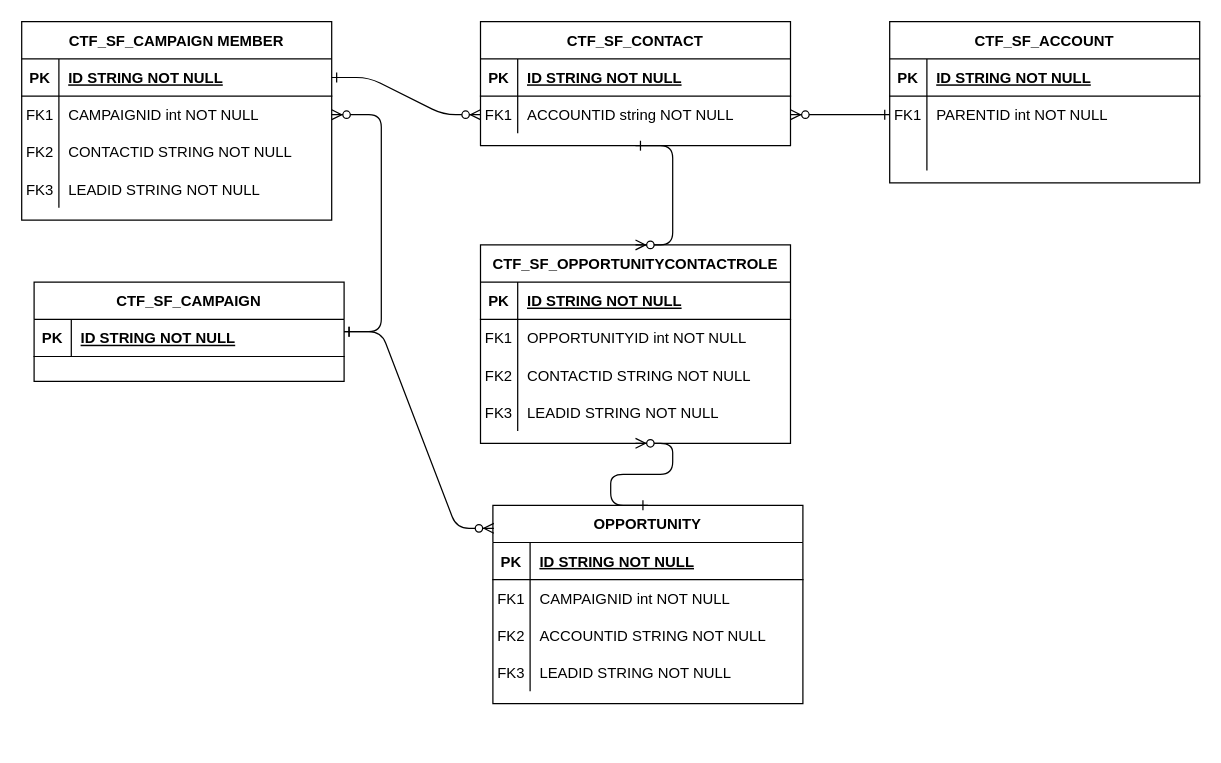
This is docs/CTF ERD.drawio from aa-ctf-hackathon/ctf-analytics, a draw.io file, before an edit. Source tidied: cells renumbered, new cells numbered last; positions are measured from the earlier drawing's top-left corner, leaving out a move shared by most shapes. Both pictures are drawn from the tidied source at 124%, with x=0, y=0 at pixel (21, 21).
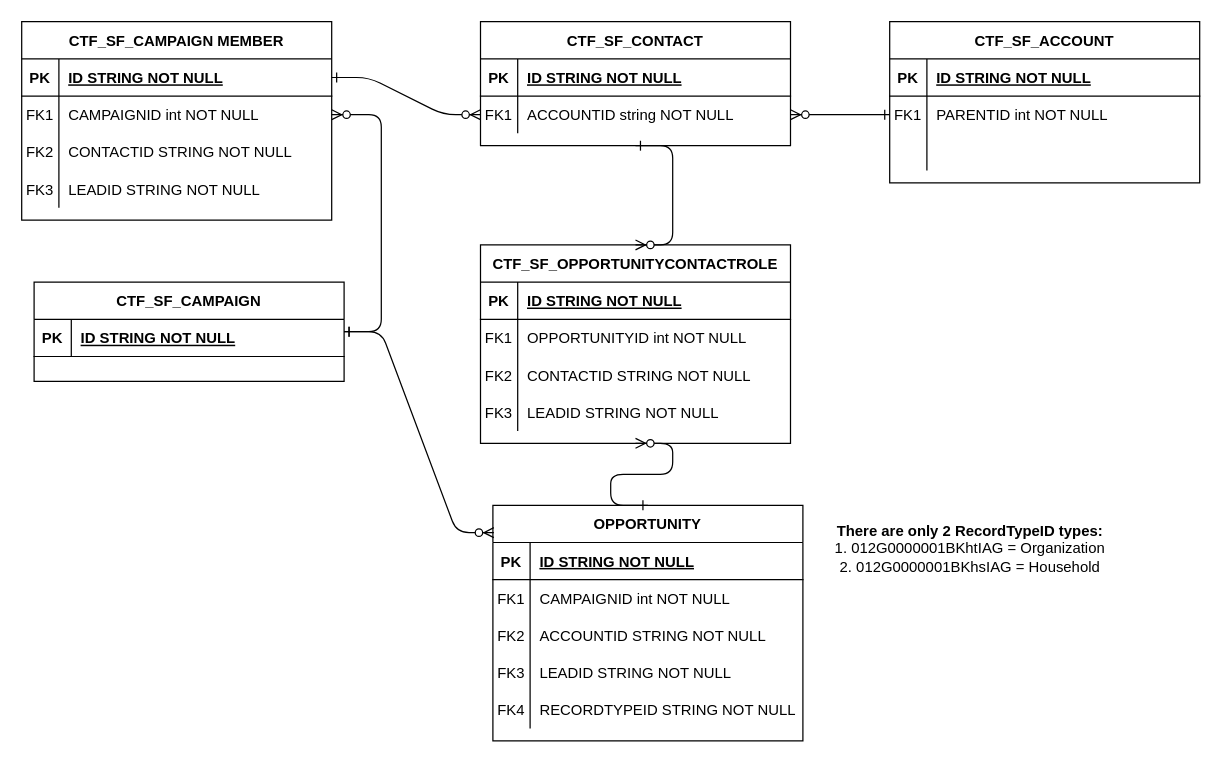
After the change.

Change to the diagram source:
```diff
@@
     <mxCell id="28" value="OPPORTUNITY" style="shape=table;startSize=30;childLayout=tableLayout;rowLines=0;fontStyle=1;align=center;" parent="1" vertex="1">
-      <mxGeometry x="380" y="390" width="250" height="160" as="geometry" />
+      <mxGeometry x="380" y="390" width="250" height="190" as="geometry" />
     </mxCell>
@@
+    <mxCell id="68" style="shape=partialRectangle;fillColor=none;top=0;left=0;right=0;bottom=0;" parent="28" vertex="1">
+      <mxGeometry y="150" width="250" height="30" as="geometry" />
+    </mxCell>
+    <mxCell id="69" value="FK4" style="shape=partialRectangle;overflow=hidden;fillColor=none;top=0;left=0;bottom=0;right=0;" parent="68" vertex="1">
+      <mxGeometry width="30" height="30" as="geometry" />
+    </mxCell>
+    <mxCell id="70" value="RECORDTYPEID STRING NOT NULL" style="shape=partialRectangle;overflow=hidden;fillColor=none;top=0;left=0;bottom=0;right=0;align=left;spacingLeft=6;" parent="68" vertex="1">
+      <mxGeometry x="30" width="220" height="30" as="geometry" />
+    </mxCell>
@@
+    <mxCell id="71" value="&lt;div&gt;&lt;b&gt;There are only 2 RecordTypeID types: &lt;/b&gt;&lt;br&gt;1. 012G0000001BKhtIAG = Organization&lt;/div&gt;&lt;div&gt;2. 012G0000001BKhsIAG = Household&lt;/div&gt;" style="text;html=1;strokeColor=none;fillColor=none;align=center;verticalAlign=middle;whiteSpace=wrap;rounded=0;" parent="1" vertex="1">
+      <mxGeometry x="640" y="380" width="250" height="90" as="geometry" />
+    </mxCell>
```
